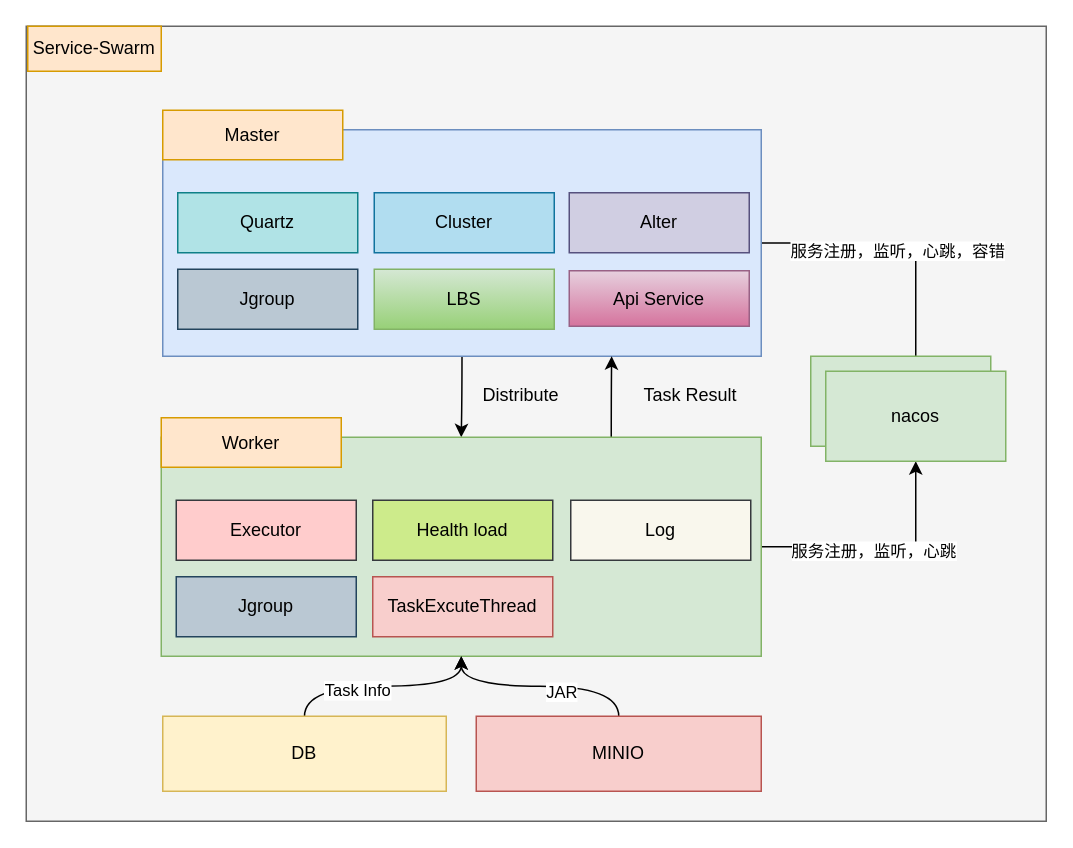
Above: 未命名绘图4.drawio in zengfeiyue/chart (draw.io), before the change. Source tidied: cells renumbered, new cells numbered last; positions are measured from the earlier drawing's top-left corner, leaving out a move shared by most shapes. Both pictures are drawn from the tidied source at 150%, with x=0, y=0 at pixel (26, 26).
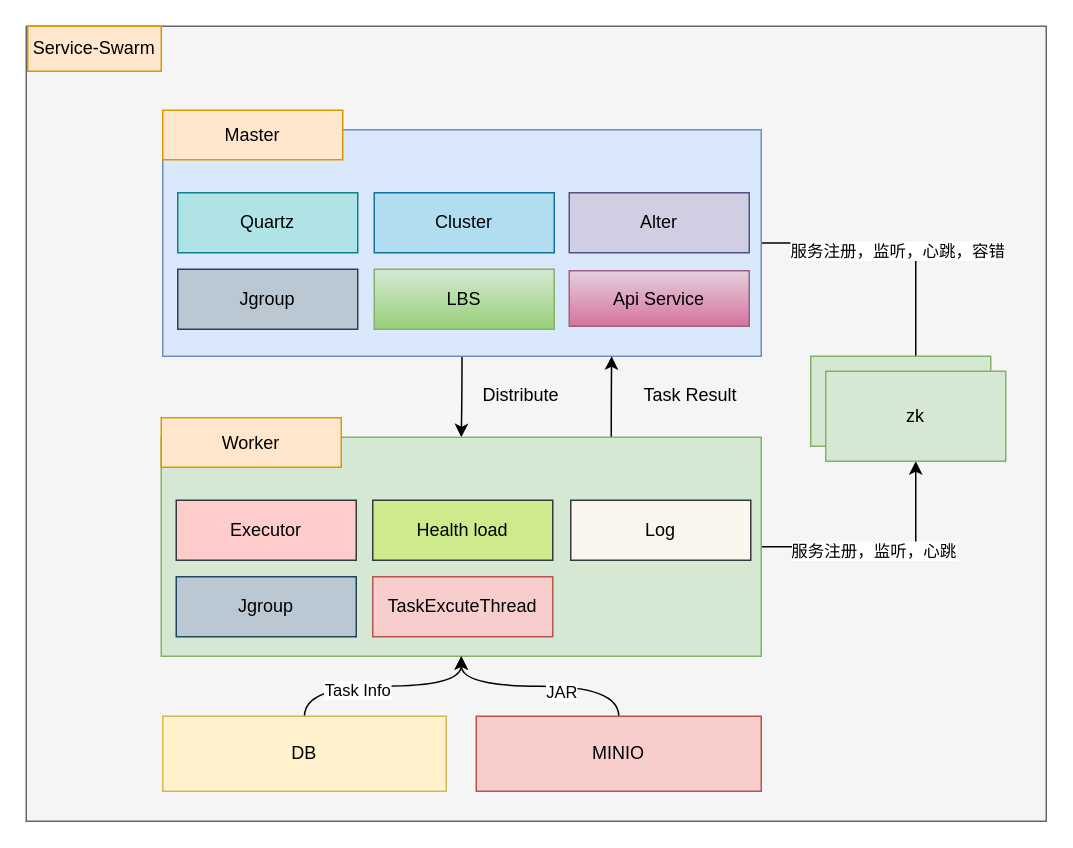
Above is the later version.

Commit message:
Update 未命名绘图4.drawio

Unchanged cells that the change refers to:
```xml
<mxCell id="33" style="group;" parent="1" vertex="1">
  <mxGeometry x="523" y="220" width="130" height="70" as="geometry" />
</mxCell>
```

The edit, as a diff of the source:
```diff
@@
-    <mxCell id="35" value="nacos" style="rounded=0;whiteSpace=wrap;html=1;fillColor=#d5e8d4;strokeColor=#82b366;" parent="33" vertex="1">
+    <mxCell id="35" value="zk" style="rounded=0;whiteSpace=wrap;html=1;fillColor=#d5e8d4;strokeColor=#82b366;" parent="33" vertex="1">
       <mxGeometry x="10" y="10" width="120" height="60" as="geometry" />
     </mxCell>
```
